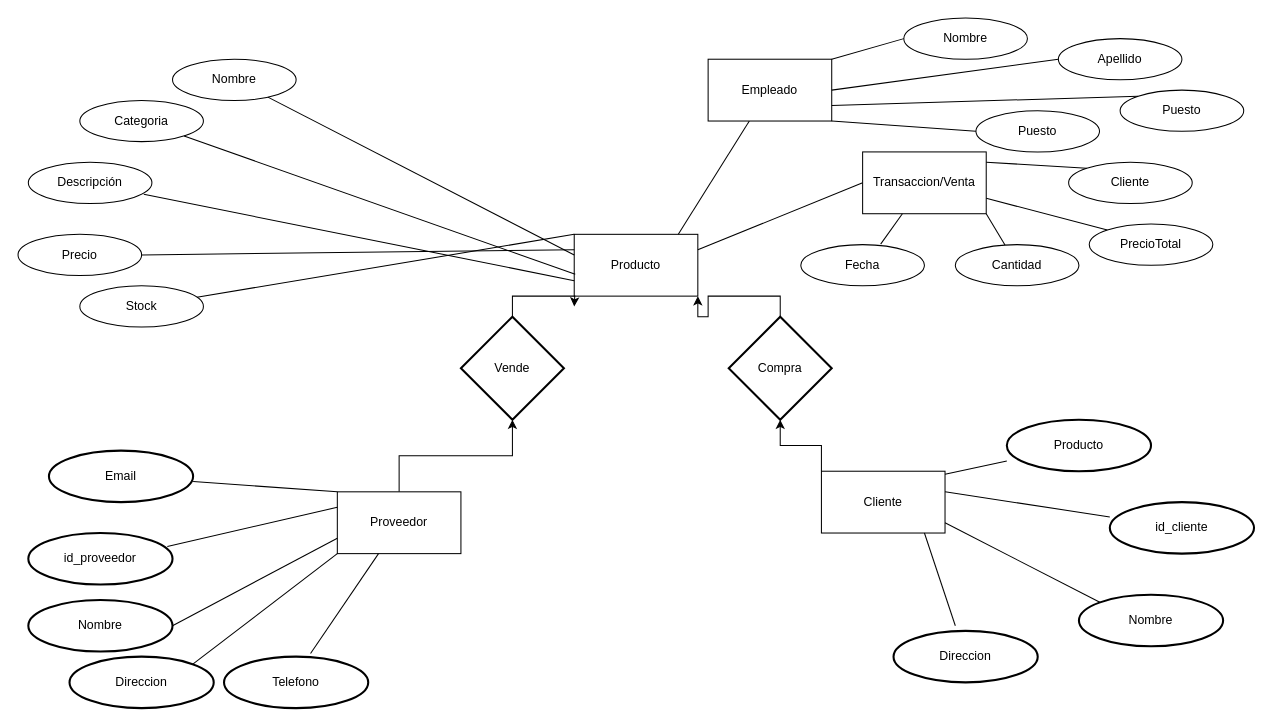
This is page "Modelo Entidad Relacion" (1 of 2) of diagramas/TIENDA DE ABARROTES.drawio from ArcangelGC/ibd-arcangel-gonzalez, a draw.io file, before an edit. Source tidied: cells renumbered, new cells numbered last; positions are measured from the earlier drawing's top-left corner, leaving out a move shared by most shapes. Both pictures are drawn from the tidied source at 103%, with x=0, y=0 at pixel (18, 18).
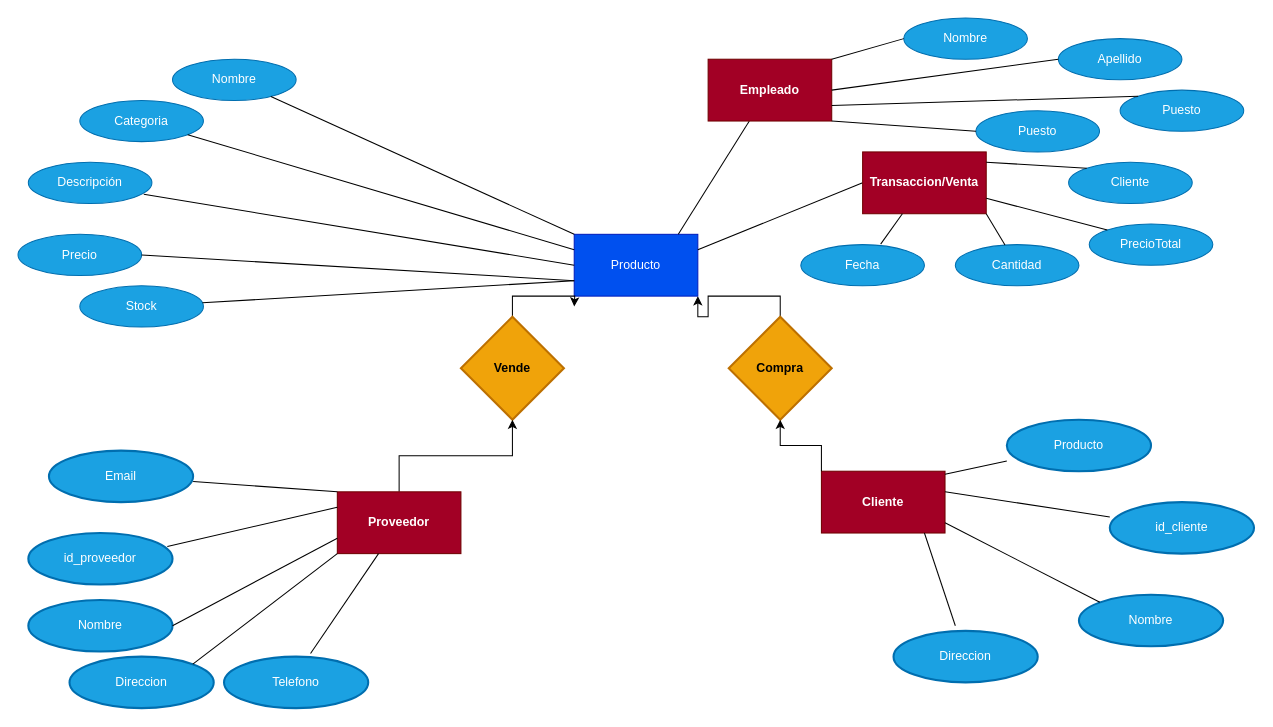
The same diagram, later.

The edit, as a diff of the source:
```diff
@@
-    <mxCell id="2" value="Producto" style="rounded=0;whiteSpace=wrap;html=1;" parent="1" vertex="1">
+    <mxCell id="2" value="Producto" style="rounded=0;whiteSpace=wrap;html=1;fillColor=#0050ef;fontColor=#ffffff;strokeColor=#001DBC;" parent="1" vertex="1">
       <mxGeometry x="540" y="210" width="120" height="60" as="geometry" />
     </mxCell>
@@
-    <mxCell id="6" value="Vende" style="strokeWidth=2;html=1;shape=mxgraph.flowchart.decision;whiteSpace=wrap;" parent="1" vertex="1">
+    <mxCell id="6" value="Vende" style="strokeWidth=2;html=1;shape=mxgraph.flowchart.decision;whiteSpace=wrap;fillColor=#f0a30a;fontColor=#000000;strokeColor=#BD7000;fontStyle=1;" parent="1" vertex="1">
       <mxGeometry x="430" y="290" width="100" height="100" as="geometry" />
     </mxCell>
-    <mxCell id="7" value="id_cliente" style="strokeWidth=2;html=1;shape=mxgraph.flowchart.start_1;whiteSpace=wrap;" parent="1" vertex="1">
+    <mxCell id="7" value="id_cliente" style="strokeWidth=2;html=1;shape=mxgraph.flowchart.start_1;whiteSpace=wrap;fillColor=#1ba1e2;fontColor=#ffffff;strokeColor=#006EAF;" parent="1" vertex="1">
       <mxGeometry x="1060" y="470" width="140" height="50" as="geometry" />
     </mxCell>
-    <mxCell id="8" style="edgeStyle=orthogonalEdgeStyle;rounded=0;orthogonalLoop=1;jettySize=auto;html=1;exitX=0.5;exitY=1;exitDx=0;exitDy=0;exitPerimeter=0;" parent="1" edge="1" source="7" target="7">
+    <mxCell id="8" style="edgeStyle=orthogonalEdgeStyle;rounded=0;orthogonalLoop=1;jettySize=auto;html=1;exitX=0.5;exitY=1;exitDx=0;exitDy=0;exitPerimeter=0;fillColor=#1ba1e2;strokeColor=#006EAF;" parent="1" edge="1" source="7" target="7">
       <mxGeometry relative="1" as="geometry" />
     </mxCell>
-    <mxCell id="9" value="Nombre" style="strokeWidth=2;html=1;shape=mxgraph.flowchart.start_1;whiteSpace=wrap;" parent="1" vertex="1">
+    <mxCell id="9" value="Nombre" style="strokeWidth=2;html=1;shape=mxgraph.flowchart.start_1;whiteSpace=wrap;fillColor=#1ba1e2;fontColor=#ffffff;strokeColor=#006EAF;" parent="1" vertex="1">
       <mxGeometry x="1030" y="560" width="140" height="50" as="geometry" />
     </mxCell>
-    <mxCell id="10" value="Direccion" style="strokeWidth=2;html=1;shape=mxgraph.flowchart.start_1;whiteSpace=wrap;" parent="1" vertex="1">
+    <mxCell id="10" value="Direccion" style="strokeWidth=2;html=1;shape=mxgraph.flowchart.start_1;whiteSpace=wrap;fillColor=#1ba1e2;fontColor=#ffffff;strokeColor=#006EAF;" parent="1" vertex="1">
       <mxGeometry x="850" y="595" width="140" height="50" as="geometry" />
     </mxCell>
-    <mxCell id="11" value="Producto" style="strokeWidth=2;html=1;shape=mxgraph.flowchart.start_1;whiteSpace=wrap;" parent="1" vertex="1">
+    <mxCell id="11" value="Producto" style="strokeWidth=2;html=1;shape=mxgraph.flowchart.start_1;whiteSpace=wrap;fillColor=#1ba1e2;fontColor=#ffffff;strokeColor=#006EAF;" parent="1" vertex="1">
       <mxGeometry x="960" y="390" width="140" height="50" as="geometry" />
     </mxCell>
@@
-    <mxCell id="13" value="Compra" style="strokeWidth=2;html=1;shape=mxgraph.flowchart.decision;whiteSpace=wrap;" parent="1" vertex="1">
+    <mxCell id="13" value="Compra" style="strokeWidth=2;html=1;shape=mxgraph.flowchart.decision;whiteSpace=wrap;fillColor=#f0a30a;fontColor=#000000;strokeColor=#BD7000;fontStyle=1;" parent="1" vertex="1">
       <mxGeometry x="690" y="290" width="100" height="100" as="geometry" />
     </mxCell>
@@
-    <mxCell id="15" value="Cliente" style="rounded=0;whiteSpace=wrap;html=1;" parent="1" vertex="1">
+    <mxCell id="15" value="Cliente" style="rounded=0;whiteSpace=wrap;html=1;fillColor=#a20025;fontColor=#ffffff;strokeColor=#6F0000;fontStyle=1;" parent="1" vertex="1">
       <mxGeometry x="780" y="440" width="120" height="60" as="geometry" />
     </mxCell>
@@
-    <mxCell id="17" value="Proveedor" style="rounded=0;whiteSpace=wrap;html=1;" parent="1" vertex="1">
+    <mxCell id="17" value="Proveedor" style="rounded=0;whiteSpace=wrap;html=1;fillColor=#a20025;fontColor=#ffffff;strokeColor=#6F0000;fontStyle=1;" parent="1" vertex="1">
       <mxGeometry x="310" y="460" width="120" height="60" as="geometry" />
     </mxCell>
@@
-    <mxCell id="23" value="Nombre" style="strokeWidth=2;html=1;shape=mxgraph.flowchart.start_1;whiteSpace=wrap;" parent="1" vertex="1">
+    <mxCell id="23" value="Nombre" style="strokeWidth=2;html=1;shape=mxgraph.flowchart.start_1;whiteSpace=wrap;fillColor=#1ba1e2;fontColor=#ffffff;strokeColor=#006EAF;" parent="1" vertex="1">
       <mxGeometry x="10" y="565" width="140" height="50" as="geometry" />
     </mxCell>
-    <mxCell id="24" value="Telefono" style="strokeWidth=2;html=1;shape=mxgraph.flowchart.start_1;whiteSpace=wrap;" parent="1" vertex="1">
+    <mxCell id="24" value="Telefono" style="strokeWidth=2;html=1;shape=mxgraph.flowchart.start_1;whiteSpace=wrap;fillColor=#1ba1e2;fontColor=#ffffff;strokeColor=#006EAF;" parent="1" vertex="1">
       <mxGeometry x="200" y="620" width="140" height="50" as="geometry" />
     </mxCell>
-    <mxCell id="25" value="id_proveedor" style="strokeWidth=2;html=1;shape=mxgraph.flowchart.start_1;whiteSpace=wrap;" parent="1" vertex="1">
+    <mxCell id="25" value="id_proveedor" style="strokeWidth=2;html=1;shape=mxgraph.flowchart.start_1;whiteSpace=wrap;fillColor=#1ba1e2;fontColor=#ffffff;strokeColor=#006EAF;" parent="1" vertex="1">
       <mxGeometry x="10" y="500" width="140" height="50" as="geometry" />
     </mxCell>
-    <mxCell id="26" value="Direccion" style="strokeWidth=2;html=1;shape=mxgraph.flowchart.start_1;whiteSpace=wrap;" parent="1" vertex="1">
+    <mxCell id="26" value="Direccion" style="strokeWidth=2;html=1;shape=mxgraph.flowchart.start_1;whiteSpace=wrap;fillColor=#1ba1e2;fontColor=#ffffff;strokeColor=#006EAF;" parent="1" vertex="1">
       <mxGeometry x="50" y="620" width="140" height="50" as="geometry" />
     </mxCell>
-    <mxCell id="27" value="Email" style="strokeWidth=2;html=1;shape=mxgraph.flowchart.start_1;whiteSpace=wrap;" parent="1" vertex="1">
+    <mxCell id="27" value="Email" style="strokeWidth=2;html=1;shape=mxgraph.flowchart.start_1;whiteSpace=wrap;fillColor=#1ba1e2;fontColor=#ffffff;strokeColor=#006EAF;" parent="1" vertex="1">
       <mxGeometry x="30" y="420" width="140" height="50" as="geometry" />
     </mxCell>
@@
-    <mxCell id="33" value="Empleado" style="rounded=0;whiteSpace=wrap;html=1;" parent="1" vertex="1">
+    <mxCell id="33" value="Empleado" style="rounded=0;whiteSpace=wrap;html=1;fillColor=#a20025;fontColor=#ffffff;strokeColor=#6F0000;fontStyle=1;" parent="1" vertex="1">
       <mxGeometry x="670" y="40" width="120" height="60" as="geometry" />
     </mxCell>
-    <mxCell id="34" value="Transaccion/Venta" style="rounded=0;whiteSpace=wrap;html=1;" parent="1" vertex="1">
+    <mxCell id="34" value="Transaccion/Venta" style="rounded=0;whiteSpace=wrap;html=1;fillColor=#a20025;fontColor=#ffffff;strokeColor=#6F0000;fontStyle=1;" parent="1" vertex="1">
       <mxGeometry x="820" y="130" width="120" height="60" as="geometry" />
     </mxCell>
-    <mxCell id="35" value="Nombre" style="ellipse;whiteSpace=wrap;html=1;" parent="1" vertex="1">
+    <mxCell id="35" value="Nombre" style="ellipse;whiteSpace=wrap;html=1;fillColor=#1ba1e2;fontColor=#ffffff;strokeColor=#006EAF;" parent="1" vertex="1">
       <mxGeometry x="150" y="40" width="120" height="40" as="geometry" />
     </mxCell>
-    <mxCell id="36" value="Descripción" style="ellipse;whiteSpace=wrap;html=1;" parent="1" vertex="1">
+    <mxCell id="36" value="Descripción" style="ellipse;whiteSpace=wrap;html=1;fillColor=#1ba1e2;fontColor=#ffffff;strokeColor=#006EAF;" parent="1" vertex="1">
       <mxGeometry x="10" y="140" width="120" height="40" as="geometry" />
     </mxCell>
-    <mxCell id="37" value="Precio" style="ellipse;whiteSpace=wrap;html=1;" parent="1" vertex="1">
+    <mxCell id="37" value="Precio" style="ellipse;whiteSpace=wrap;html=1;fillColor=#1ba1e2;fontColor=#ffffff;strokeColor=#006EAF;" parent="1" vertex="1">
       <mxGeometry y="210" width="120" height="40" as="geometry" />
     </mxCell>
-    <mxCell id="38" value="Categoria" style="ellipse;whiteSpace=wrap;html=1;" parent="1" vertex="1">
+    <mxCell id="38" value="Categoria" style="ellipse;whiteSpace=wrap;html=1;fillColor=#1ba1e2;fontColor=#ffffff;strokeColor=#006EAF;" parent="1" vertex="1">
       <mxGeometry x="60" y="80" width="120" height="40" as="geometry" />
     </mxCell>
-    <mxCell id="39" value="Stock" style="ellipse;whiteSpace=wrap;html=1;" parent="1" vertex="1">
+    <mxCell id="39" value="Stock" style="ellipse;whiteSpace=wrap;html=1;fillColor=#1ba1e2;fontColor=#ffffff;strokeColor=#006EAF;" parent="1" vertex="1">
       <mxGeometry x="60" y="260" width="120" height="40" as="geometry" />
     </mxCell>
-    <mxCell id="40" style="endArrow=none;html=1;" parent="1" edge="1" source="35">
-      <mxGeometry relative="1" as="geometry">
-        <mxPoint x="540" y="230" as="targetPoint" />
-      </mxGeometry>
+    <mxCell id="40" style="endArrow=none;html=1;entryX=0;entryY=0;entryDx=0;entryDy=0;" parent="1" edge="1" source="35" target="2">
+      <mxGeometry relative="1" as="geometry" />
     </mxCell>
-    <mxCell id="41" style="endArrow=none;html=1;entryX=0.008;entryY=0.647;entryDx=0;entryDy=0;entryPerimeter=0;" parent="1" edge="1" source="38" target="2">
+    <mxCell id="41" style="endArrow=none;html=1;entryX=0;entryY=0.25;entryDx=0;entryDy=0;" parent="1" edge="1" source="38" target="2">
       <mxGeometry relative="1" as="geometry" />
     </mxCell>
-    <mxCell id="42" style="endArrow=none;html=1;exitX=0.934;exitY=0.778;exitDx=0;exitDy=0;exitPerimeter=0;entryX=0;entryY=0.75;entryDx=0;entryDy=0;" parent="1" edge="1" source="36" target="2">
+    <mxCell id="42" style="endArrow=none;html=1;exitX=0.934;exitY=0.778;exitDx=0;exitDy=0;exitPerimeter=0;entryX=0;entryY=0.5;entryDx=0;entryDy=0;" parent="1" edge="1" source="36" target="2">
       <mxGeometry relative="1" as="geometry" />
     </mxCell>
-    <mxCell id="43" style="endArrow=none;html=1;exitX=1;exitY=0.5;exitDx=0;exitDy=0;entryX=0;entryY=0.25;entryDx=0;entryDy=0;" parent="1" edge="1" source="37" target="2">
+    <mxCell id="43" style="endArrow=none;html=1;exitX=1;exitY=0.5;exitDx=0;exitDy=0;entryX=0;entryY=0.75;entryDx=0;entryDy=0;" parent="1" edge="1" source="37" target="2">
       <mxGeometry relative="1" as="geometry" />
     </mxCell>
-    <mxCell id="44" style="endArrow=none;html=1;entryX=0;entryY=0;entryDx=0;entryDy=0;" parent="1" edge="1" source="39" target="2">
+    <mxCell id="44" style="endArrow=none;html=1;entryX=0;entryY=0.75;entryDx=0;entryDy=0;" parent="1" edge="1" source="39" target="2">
       <mxGeometry relative="1" as="geometry" />
     </mxCell>
-    <mxCell id="45" value="Fecha" style="ellipse;whiteSpace=wrap;html=1;" parent="1" vertex="1">
+    <mxCell id="45" value="Fecha" style="ellipse;whiteSpace=wrap;html=1;fillColor=#1ba1e2;fontColor=#ffffff;strokeColor=#006EAF;" parent="1" vertex="1">
       <mxGeometry x="760" y="220" width="120" height="40" as="geometry" />
     </mxCell>
-    <mxCell id="46" value="Cantidad" style="ellipse;whiteSpace=wrap;html=1;" parent="1" vertex="1">
+    <mxCell id="46" value="Cantidad" style="ellipse;whiteSpace=wrap;html=1;fillColor=#1ba1e2;fontColor=#ffffff;strokeColor=#006EAF;" parent="1" vertex="1">
       <mxGeometry x="910" y="220" width="120" height="40" as="geometry" />
     </mxCell>
-    <mxCell id="47" value="PrecioTotal" style="ellipse;whiteSpace=wrap;html=1;" parent="1" vertex="1">
+    <mxCell id="47" value="PrecioTotal" style="ellipse;whiteSpace=wrap;html=1;fillColor=#1ba1e2;fontColor=#ffffff;strokeColor=#006EAF;" parent="1" vertex="1">
       <mxGeometry x="1040" y="200" width="120" height="40" as="geometry" />
     </mxCell>
-    <mxCell id="48" value="Cliente" style="ellipse;whiteSpace=wrap;html=1;" parent="1" vertex="1">
+    <mxCell id="48" value="Cliente" style="ellipse;whiteSpace=wrap;html=1;fillColor=#1ba1e2;fontColor=#ffffff;strokeColor=#006EAF;" parent="1" vertex="1">
       <mxGeometry x="1020" y="140" width="120" height="40" as="geometry" />
     </mxCell>
@@
-    <mxCell id="53" value="Nombre" style="ellipse;whiteSpace=wrap;html=1;" parent="1" vertex="1">
+    <mxCell id="53" value="Nombre" style="ellipse;whiteSpace=wrap;html=1;fillColor=#1ba1e2;fontColor=#ffffff;strokeColor=#006EAF;" parent="1" vertex="1">
       <mxGeometry x="860" width="120" height="40" as="geometry" />
     </mxCell>
-    <mxCell id="54" value="Apellido" style="ellipse;whiteSpace=wrap;html=1;" parent="1" vertex="1">
+    <mxCell id="54" value="Apellido" style="ellipse;whiteSpace=wrap;html=1;fillColor=#1ba1e2;fontColor=#ffffff;strokeColor=#006EAF;" parent="1" vertex="1">
       <mxGeometry x="1010" y="20" width="120" height="40" as="geometry" />
     </mxCell>
-    <mxCell id="55" value="Puesto" style="ellipse;whiteSpace=wrap;html=1;" parent="1" vertex="1">
+    <mxCell id="55" value="Puesto" style="ellipse;whiteSpace=wrap;html=1;fillColor=#1ba1e2;fontColor=#ffffff;strokeColor=#006EAF;" parent="1" vertex="1">
       <mxGeometry x="930" y="90" width="120" height="40" as="geometry" />
     </mxCell>
-    <mxCell id="56" value="Puesto" style="ellipse;whiteSpace=wrap;html=1;" parent="1" vertex="1">
+    <mxCell id="56" value="Puesto" style="ellipse;whiteSpace=wrap;html=1;fillColor=#1ba1e2;fontColor=#ffffff;strokeColor=#006EAF;" parent="1" vertex="1">
       <mxGeometry x="1070" y="70" width="120" height="40" as="geometry" />
     </mxCell>
```
